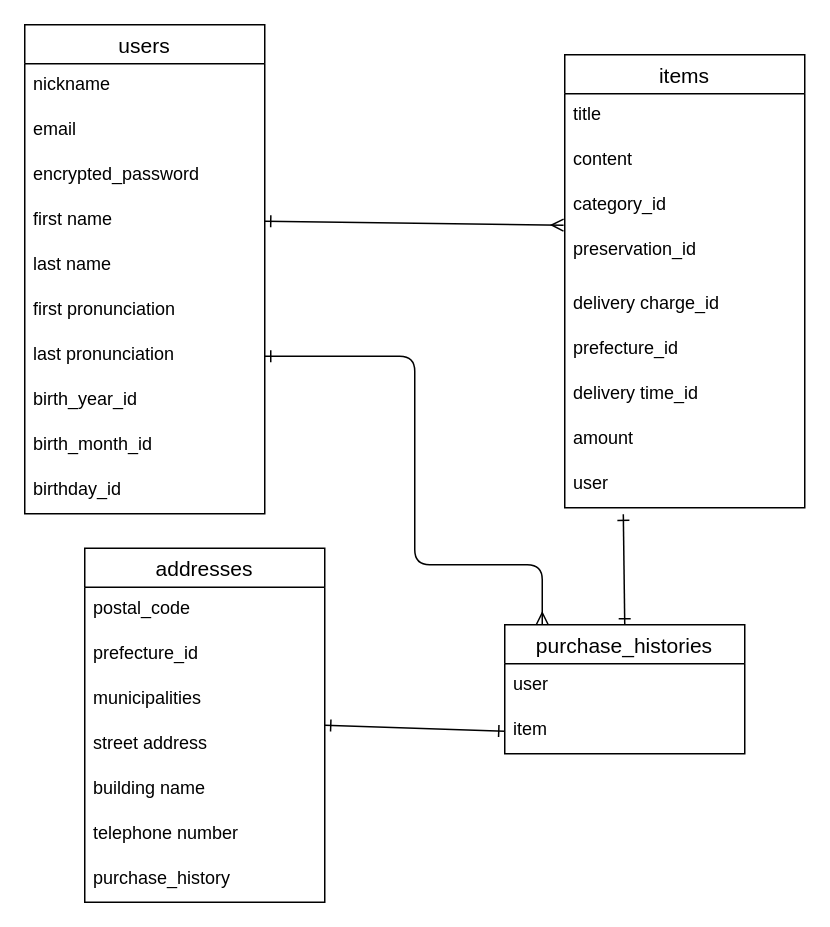
Above: ER.dio in hiyokomame2525/furima-40055 (draw.io), before the change. Source tidied: cells renumbered, new cells numbered last; positions are measured from the earlier drawing's top-left corner, leaving out a move shared by most shapes. Both pictures are drawn from the tidied source at 150%, with x=0, y=0 at pixel (24, 24).
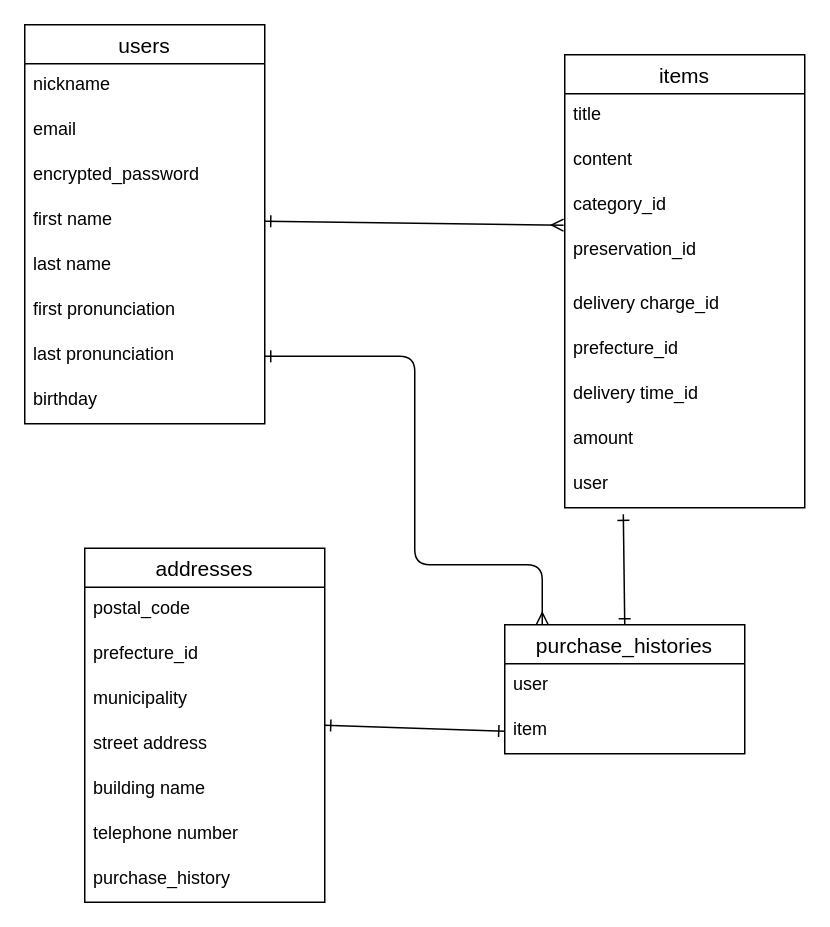
After the change.

Unchanged cells that the change refers to:
```xml
<mxCell id="24" value="addresses" style="swimlane;fontStyle=0;horizontal=1;startSize=26;align=center;fontSize=14;" parent="1" vertex="1">
  <mxGeometry x="40" y="349" width="160" height="236" as="geometry" />
</mxCell>
```

The edit, as a diff of the source:
```diff
@@
     <mxCell id="2" value="users" style="swimlane;fontStyle=0;horizontal=1;startSize=26;align=center;fontSize=14;" parent="1" vertex="1">
-      <mxGeometry width="160" height="326" as="geometry" />
+      <mxGeometry width="160" height="266" as="geometry" />
     </mxCell>
@@
-    <mxCell id="10" value="birth_year_id" style="text;strokeColor=none;fillColor=none;spacingLeft=4;spacingRight=4;overflow=hidden;fontSize=12;" parent="2" vertex="1">
-      <mxGeometry y="236" width="160" height="30" as="geometry" />
-    </mxCell>
-    <mxCell id="11" value="birth_month_id" style="text;strokeColor=none;fillColor=none;spacingLeft=4;spacingRight=4;overflow=hidden;fontSize=12;" parent="2" vertex="1">
-      <mxGeometry y="266" width="160" height="30" as="geometry" />
-    </mxCell>
-    <mxCell id="12" value="birthday_id" style="text;strokeColor=none;fillColor=none;spacingLeft=4;spacingRight=4;overflow=hidden;fontSize=12;" parent="2" vertex="1">
-      <mxGeometry y="296" width="160" height="30" as="geometry" />
+    <mxCell id="12" value="birthday" style="text;strokeColor=none;fillColor=none;spacingLeft=4;spacingRight=4;overflow=hidden;fontSize=12;" parent="2" vertex="1">
+      <mxGeometry y="236" width="160" height="30" as="geometry" />
     </mxCell>
@@
-    <mxCell id="27" value="municipalities" style="text;strokeColor=none;fillColor=none;spacingLeft=4;spacingRight=4;overflow=hidden;fontSize=12;" parent="24" vertex="1">
+    <mxCell id="27" value="municipality" style="text;strokeColor=none;fillColor=none;spacingLeft=4;spacingRight=4;overflow=hidden;fontSize=12;" parent="24" vertex="1">
       <mxGeometry y="86" width="160" height="30" as="geometry" />
     </mxCell>
```
